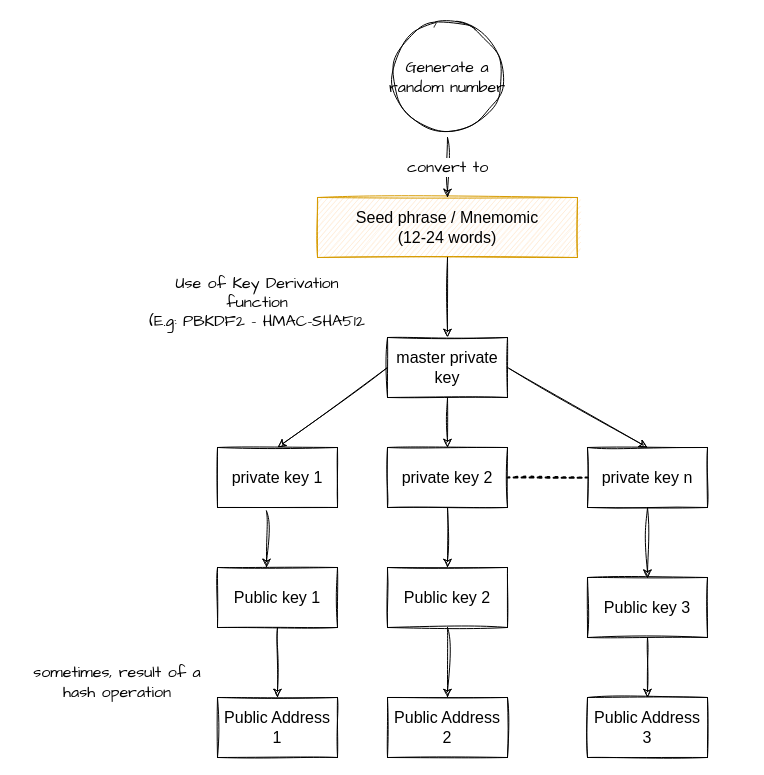
Earlier version of the draw.io diagram page "Copy of crypto-wallet-generation" (4 of 21) of schema/crypto-wallet.drawio (rya-sge/access-denied). Source tidied: cells renumbered, new cells numbered last; positions are measured from the earlier drawing's top-left corner, leaving out a move shared by most shapes. Both pictures are drawn from the tidied source at 100%, with x=0, y=0 at pixel (27, 17).
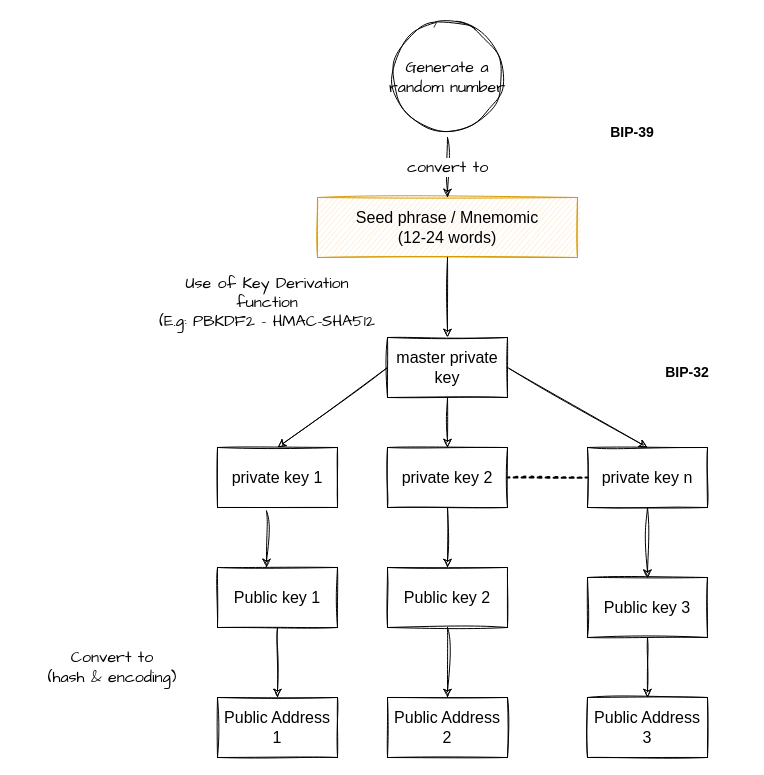
Above is the later version.

Diff of the diagram source:
```diff
@@
-    <mxCell id="22" value="sometimes, result of a hash operation" style="text;html=1;strokeColor=none;fillColor=none;align=center;verticalAlign=middle;whiteSpace=wrap;rounded=0;sketch=1;hachureGap=4;jiggle=2;fontFamily=Architects Daughter;fontSize=16;" parent="1" vertex="1">
-      <mxGeometry y="650" width="180" height="30" as="geometry" />
+    <mxCell id="22" value="Convert to&lt;br&gt;(hash &amp;amp; encoding)" style="text;html=1;strokeColor=none;fillColor=none;align=center;verticalAlign=middle;whiteSpace=wrap;rounded=0;sketch=1;hachureGap=4;jiggle=2;fontFamily=Architects Daughter;fontSize=16;" parent="1" vertex="1">
+      <mxGeometry x="-10" y="630" width="190" height="40" as="geometry" />
     </mxCell>
     <mxCell id="23" value="Use of Key Derivation function&lt;br style=&quot;font-size: 16px;&quot;&gt;(E.g: PBKDF2 - HMAC-SHA512" style="text;html=1;strokeColor=none;fillColor=none;align=center;verticalAlign=middle;whiteSpace=wrap;rounded=0;sketch=1;hachureGap=4;jiggle=2;fontFamily=Architects Daughter;fontSize=16;" parent="1" vertex="1">
-      <mxGeometry x="120" y="270" width="220" height="30" as="geometry" />
+      <mxGeometry x="130" y="270" width="220" height="30" as="geometry" />
     </mxCell>
@@
+    <mxCell id="28" value="BIP-39" style="text;html=1;strokeColor=none;fillColor=none;align=center;verticalAlign=middle;whiteSpace=wrap;rounded=0;fontStyle=1;fontSize=14;" parent="1" vertex="1">
+      <mxGeometry x="550" y="80" width="110" height="70" as="geometry" />
+    </mxCell>
+    <mxCell id="29" value="BIP-32" style="text;html=1;strokeColor=none;fillColor=none;align=center;verticalAlign=middle;whiteSpace=wrap;rounded=0;fontStyle=1;fontSize=14;" parent="1" vertex="1">
+      <mxGeometry x="600" y="320" width="120" height="70" as="geometry" />
+    </mxCell>
```
